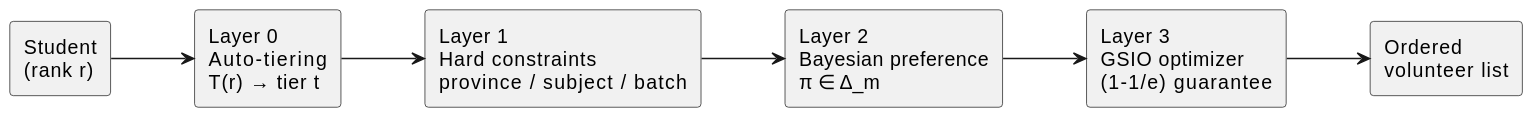
The PlantUML diagram docs/figures/fig1_pipeline.svg in LibertychaserUS/bsaa-gaokao-theory, before a commit. Source of this version:
```plantuml
@startuml
left to right direction

rectangle "Student\n(rank r)" as start
rectangle "Layer 0\nAuto-tiering\nT(r) → tier t" as tier
rectangle "Layer 1\nHard constraints\nprovince / subject / batch" as filter
rectangle "Layer 2\nBayesian preference\nπ ∈ Δ_m" as pref
rectangle "Layer 3\nGSIO optimizer\n(1-1/e) guarantee" as gsio
rectangle "Ordered\nvolunteer list" as end

start --> tier
tier --> filter
filter --> pref
pref --> gsio
gsio --> end
@enduml
```
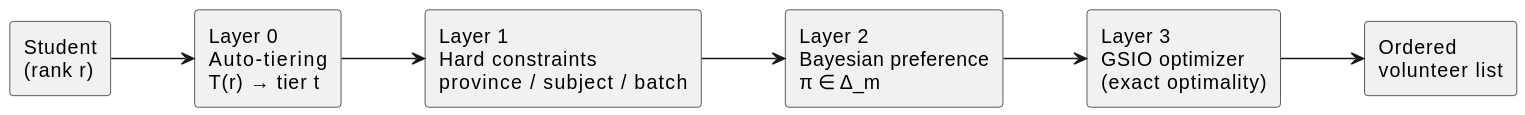
Above is the later version.

Commit message:
docs: 图形与门面一致性修正 —— Fig1 (exact optimality) 标签纠正、Fig5 图题改 Greedy-to-optimal、生成器/table json 编号同步、README 修正(GSIO 全称/定理号/CI 门清单)、PDF 重编译 13 页

Diff of the diagram source:
```diff
@@ -5,7 +5,7 @@
 rectangle "Layer 0\nAuto-tiering\nT(r) → tier t" as tier
 rectangle "Layer 1\nHard constraints\nprovince / subject / batch" as filter
 rectangle "Layer 2\nBayesian preference\nπ ∈ Δ_m" as pref
-rectangle "Layer 3\nGSIO optimizer\n(1-1/e) guarantee" as gsio
+rectangle "Layer 3\nGSIO optimizer\n(exact optimality)" as gsio
 rectangle "Ordered\nvolunteer list" as end
 
 start --> tier
```
